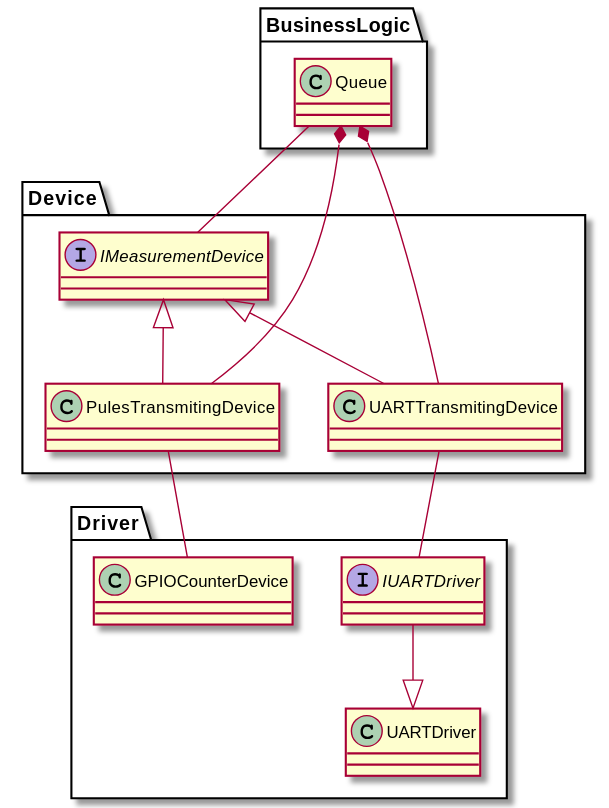
Before: Documentation/Diagrams/Export/Documentation/Diagrams/Source/NUCLEO-F103RB/Measurement_Device_Class_Diagram.svg, a diagram exported from PlantUML (RobertGawron/HardwareDataLogger).
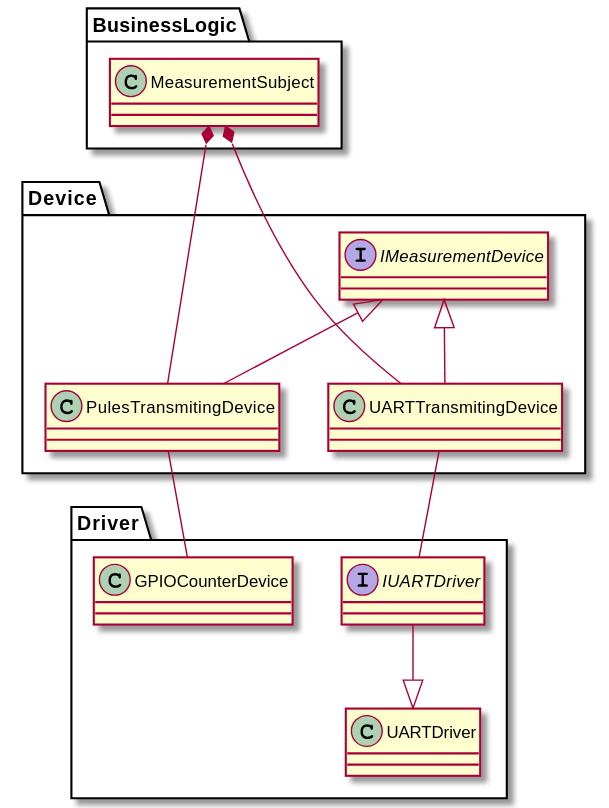
Later version of the same file.

Change to the diagram source:
```diff
@@ -1,7 +1,7 @@
 @startuml
 
 package BusinessLogic {
-    class Queue {
+    class MeasurementSubject {
     }
 }
 
@@ -29,9 +29,8 @@
 }
 
 
-Queue -- IMeasurementDevice
-Queue *-- PulesTransmitingDevice
-Queue *-- UARTTransmitingDevice
+MeasurementSubject *--- PulesTransmitingDevice
+MeasurementSubject *-- UARTTransmitingDevice
 IMeasurementDevice <|-- PulesTransmitingDevice
 IMeasurementDevice <|-- UARTTransmitingDevice
 
```
